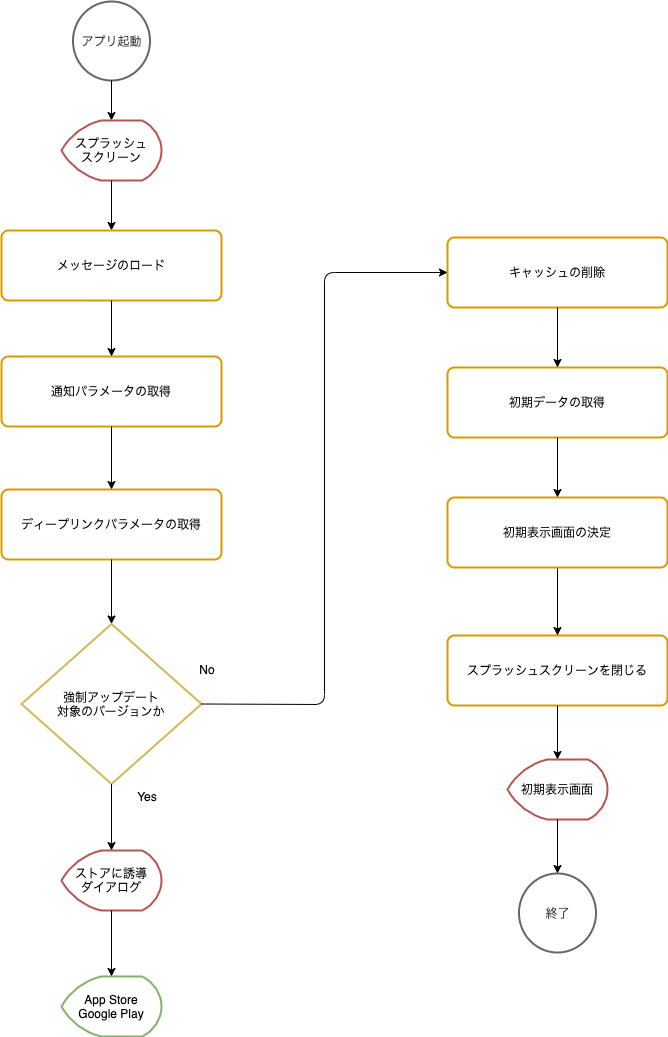
Fintan-contents/mobile-app-crib-notes keeps this draw.io diagram as website/docs/react-native/santoku/application-architecture/life-cycle-management/initialization-flow.drawio.png. Above is the earlier version. Source tidied: cells renumbered, new cells last; positions are measured from the earlier drawing's top-left corner, leaving out a move shared by most shapes.
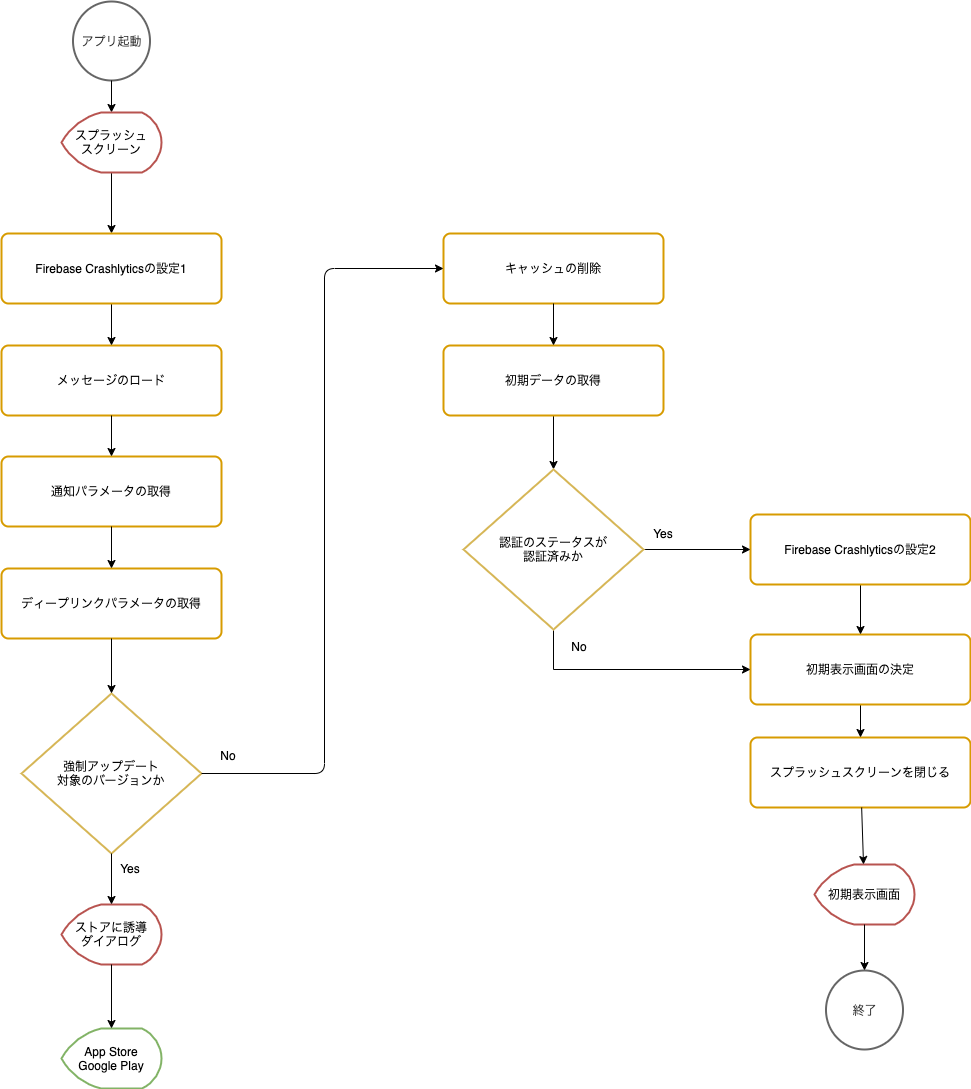
The same file after the commit.

What changed in the source:
```diff
@@ -3,7 +3,7 @@
     <mxCell id="0" />
     <mxCell id="1" parent="0" />
     <mxCell id="2" value="強制アップデート&lt;br&gt;対象のバージョンか" style="strokeWidth=2;html=1;shape=mxgraph.flowchart.decision;whiteSpace=wrap;verticalAlign=middle;strokeColor=#d6b656;" parent="1" vertex="1">
-      <mxGeometry x="20" y="622.5" width="180" height="160" as="geometry" />
+      <mxGeometry x="20" y="692" width="180" height="160" as="geometry" />
     </mxCell>
     <mxCell id="3" value="アプリ起動" style="strokeWidth=2;html=1;shape=mxgraph.flowchart.start_2;whiteSpace=wrap;verticalAlign=middle;strokeColor=#666666;fontColor=#333333;" parent="1" vertex="1">
       <mxGeometry x="71.5" width="77" height="79" as="geometry" />
@@ -12,22 +12,22 @@
       <mxGeometry x="-604" y="21" as="geometry" />
     </mxCell>
     <mxCell id="5" value="App Store&lt;br&gt;Google Play" style="strokeWidth=2;html=1;shape=mxgraph.flowchart.display;whiteSpace=wrap;verticalAlign=middle;strokeColor=#82b366;" parent="1" vertex="1">
-      <mxGeometry x="60" y="975" width="100" height="60" as="geometry" />
+      <mxGeometry x="60" y="1027" width="100" height="60" as="geometry" />
     </mxCell>
     <mxCell id="6" value="Yes" style="text;html=1;strokeColor=none;fillColor=none;align=center;verticalAlign=middle;whiteSpace=wrap;rounded=0;" parent="1" vertex="1">
-      <mxGeometry x="126" y="785" width="40" height="20" as="geometry" />
+      <mxGeometry x="108.5" y="857" width="40" height="20" as="geometry" />
     </mxCell>
     <mxCell id="7" value="No" style="text;html=1;strokeColor=none;fillColor=none;align=center;verticalAlign=middle;whiteSpace=wrap;rounded=0;" parent="1" vertex="1">
-      <mxGeometry x="186" y="658" width="40" height="20" as="geometry" />
+      <mxGeometry x="207" y="744" width="40" height="20" as="geometry" />
     </mxCell>
+    <mxCell id="31" style="edgeStyle=orthogonalEdgeStyle;rounded=0;jettySize=auto;html=1;" parent="1" edge="1" source="8" target="34">
+      <mxGeometry relative="1" as="geometry" />
+    </mxCell>
     <mxCell id="8" value="スプラッシュ&lt;br&gt;スクリーン" style="strokeWidth=2;html=1;shape=mxgraph.flowchart.display;whiteSpace=wrap;verticalAlign=middle;strokeColor=#b85450;" parent="1" vertex="1">
-      <mxGeometry x="60" y="119" width="100" height="60" as="geometry" />
+      <mxGeometry x="60" y="111" width="100" height="60" as="geometry" />
     </mxCell>
-    <mxCell id="9" style="endArrow=classic;html=1;entryX=0.5;entryY=0;entryDx=0;entryDy=0;" parent="1" edge="1" source="8" target="29">
-      <mxGeometry x="-604" y="21" as="geometry" />
-    </mxCell>
     <mxCell id="10" value="ストアに誘導&lt;br&gt;ダイアログ" style="strokeWidth=2;html=1;shape=mxgraph.flowchart.display;whiteSpace=wrap;verticalAlign=middle;strokeColor=#b85450;" parent="1" vertex="1">
-      <mxGeometry x="60" y="849" width="100" height="60" as="geometry" />
+      <mxGeometry x="60" y="903" width="100" height="60" as="geometry" />
     </mxCell>
     <mxCell id="11" style="endArrow=classic;html=1;" parent="1" edge="1" source="10" target="5">
       <mxGeometry x="-806" y="601" as="geometry" />
@@ -35,44 +35,44 @@
     <mxCell id="12" style="endArrow=classic;html=1;" parent="1" edge="1" source="2" target="10">
       <mxGeometry x="-604" y="424.5" as="geometry" />
     </mxCell>
+    <mxCell id="32" style="edgeStyle=orthogonalEdgeStyle;rounded=0;jettySize=auto;html=1;" parent="1" edge="1" source="13" target="39">
+      <mxGeometry relative="1" as="geometry" />
+    </mxCell>
     <mxCell id="13" value="初期データの取得" style="rounded=1;whiteSpace=wrap;html=1;absoluteArcSize=1;arcSize=14;strokeWidth=2;verticalAlign=middle;strokeColor=#d79b00;" parent="1" vertex="1">
-      <mxGeometry x="446" y="366" width="220" height="70" as="geometry" />
+      <mxGeometry x="442" y="344" width="220" height="70" as="geometry" />
     </mxCell>
     <mxCell id="14" value="スプラッシュスクリーンを閉じる" style="rounded=1;whiteSpace=wrap;html=1;absoluteArcSize=1;arcSize=14;strokeWidth=2;verticalAlign=middle;strokeColor=#d79b00;" parent="1" vertex="1">
-      <mxGeometry x="446" y="634" width="220" height="70" as="geometry" />
+      <mxGeometry x="749" y="736" width="220" height="70" as="geometry" />
     </mxCell>
     <mxCell id="15" style="endArrow=classic;html=1;" parent="1" edge="1" source="18" target="14">
-      <mxGeometry x="-158" y="-182" as="geometry" />
+      <mxGeometry x="155" y="-161" as="geometry" />
     </mxCell>
     <mxCell id="16" value="初期表示画面" style="strokeWidth=2;html=1;shape=mxgraph.flowchart.display;whiteSpace=wrap;verticalAlign=middle;strokeColor=#b85450;" parent="1" vertex="1">
-      <mxGeometry x="506" y="758" width="100" height="60" as="geometry" />
+      <mxGeometry x="813" y="863" width="100" height="60" as="geometry" />
     </mxCell>
     <mxCell id="17" style="endArrow=classic;html=1;" parent="1" edge="1" source="14" target="16">
-      <mxGeometry x="-158" y="-182" as="geometry" />
+      <mxGeometry x="155" y="-161" as="geometry" />
     </mxCell>
     <mxCell id="18" value="初期表示画面の決定" style="rounded=1;whiteSpace=wrap;html=1;absoluteArcSize=1;arcSize=14;strokeWidth=2;verticalAlign=middle;strokeColor=#d79b00;" parent="1" vertex="1">
-      <mxGeometry x="446" y="496" width="220" height="70" as="geometry" />
+      <mxGeometry x="749" y="633" width="220" height="70" as="geometry" />
     </mxCell>
-    <mxCell id="19" style="endArrow=classic;html=1;" parent="1" edge="1" source="13" target="18">
-      <mxGeometry x="-158" y="-182" as="geometry" />
-    </mxCell>
     <mxCell id="20" value="終了" style="strokeWidth=2;html=1;shape=mxgraph.flowchart.start_2;whiteSpace=wrap;verticalAlign=middle;strokeColor=#666666;fontColor=#333333;" parent="1" vertex="1">
-      <mxGeometry x="517.5" y="872" width="77" height="79" as="geometry" />
+      <mxGeometry x="824.5" y="969" width="77" height="79" as="geometry" />
     </mxCell>
     <mxCell id="21" style="endArrow=classic;html=1;entryX=0.5;entryY=0;entryDx=0;entryDy=0;entryPerimeter=0;exitX=0.5;exitY=1;exitDx=0;exitDy=0;exitPerimeter=0;" parent="1" edge="1" source="16" target="20">
-      <mxGeometry x="-148" y="-172" as="geometry" />
+      <mxGeometry x="165" y="-151" as="geometry" />
     </mxCell>
     <mxCell id="22" value="キャッシュの削除" style="rounded=1;whiteSpace=wrap;html=1;absoluteArcSize=1;arcSize=14;strokeWidth=2;verticalAlign=middle;strokeColor=#d79b00;" parent="1" vertex="1">
-      <mxGeometry x="446" y="236" width="220" height="70" as="geometry" />
+      <mxGeometry x="442" y="232" width="220" height="70" as="geometry" />
     </mxCell>
     <mxCell id="23" value="通知パラメータの取得" style="rounded=1;whiteSpace=wrap;html=1;absoluteArcSize=1;arcSize=14;strokeWidth=2;verticalAlign=middle;strokeColor=#d79b00;" parent="1" vertex="1">
-      <mxGeometry y="355" width="220" height="70" as="geometry" />
+      <mxGeometry y="455" width="220" height="70" as="geometry" />
     </mxCell>
     <mxCell id="24" value="ディープリンクパラメータの取得" style="rounded=1;whiteSpace=wrap;html=1;absoluteArcSize=1;arcSize=14;strokeWidth=2;verticalAlign=middle;strokeColor=#d79b00;" parent="1" vertex="1">
-      <mxGeometry y="488" width="220" height="70" as="geometry" />
+      <mxGeometry y="567" width="220" height="70" as="geometry" />
     </mxCell>
     <mxCell id="25" style="endArrow=classic;html=1;entryX=0.5;entryY=0;entryDx=0;entryDy=0;exitX=0.5;exitY=1;exitDx=0;exitDy=0;" parent="1" edge="1" source="23" target="24">
-      <mxGeometry x="-594" y="150" as="geometry" />
+      <mxGeometry x="-594" y="173" as="geometry" />
     </mxCell>
     <mxCell id="26" style="endArrow=classic;html=1;entryX=0.5;entryY=0;entryDx=0;entryDy=0;exitX=0.5;exitY=1;exitDx=0;exitDy=0;entryPerimeter=0;" parent="1" edge="1" source="24" target="2">
       <mxGeometry x="-584" y="160" as="geometry" />
@@ -83,16 +83,47 @@
     <mxCell id="28" style="endArrow=classic;html=1;entryX=0;entryY=0.5;entryDx=0;entryDy=0;exitX=1;exitY=0.5;exitDx=0;exitDy=0;exitPerimeter=0;" parent="1" edge="1" source="2" target="22">
       <mxGeometry x="-594" y="315.5" as="geometry">
         <Array as="points">
-          <mxPoint x="323" y="703" />
-          <mxPoint x="323" y="271" />
+          <mxPoint x="323" y="772" />
+          <mxPoint x="323" y="267" />
         </Array>
       </mxGeometry>
     </mxCell>
     <mxCell id="29" value="メッセージのロード" style="rounded=1;whiteSpace=wrap;html=1;absoluteArcSize=1;arcSize=14;strokeWidth=2;verticalAlign=middle;strokeColor=#d79b00;" parent="1" vertex="1">
-      <mxGeometry y="229" width="220" height="70" as="geometry" />
+      <mxGeometry y="344" width="220" height="70" as="geometry" />
     </mxCell>
     <mxCell id="30" style="endArrow=classic;html=1;exitX=0.5;exitY=1;exitDx=0;exitDy=0;" parent="1" edge="1" source="29" target="23">
-      <mxGeometry x="-594" y="31" as="geometry" />
+      <mxGeometry x="-594" y="54" as="geometry" />
     </mxCell>
+    <mxCell id="33" style="edgeStyle=orthogonalEdgeStyle;rounded=0;jettySize=auto;html=1;" parent="1" edge="1" source="34" target="29">
+      <mxGeometry relative="1" as="geometry" />
+    </mxCell>
+    <mxCell id="34" value="Firebase Crashlyticsの設定1" style="rounded=1;whiteSpace=wrap;html=1;absoluteArcSize=1;arcSize=14;strokeWidth=2;verticalAlign=middle;strokeColor=#d79b00;" parent="1" vertex="1">
+      <mxGeometry y="232" width="220" height="70" as="geometry" />
+    </mxCell>
+    <mxCell id="35" style="edgeStyle=orthogonalEdgeStyle;rounded=0;jettySize=auto;html=1;entryX=0.5;entryY=0;entryDx=0;entryDy=0;" parent="1" edge="1" source="36" target="18">
+      <mxGeometry relative="1" as="geometry" />
+    </mxCell>
+    <mxCell id="36" value="&lt;span&gt;Firebase Crashlyticsの設定2&lt;/span&gt;" style="rounded=1;whiteSpace=wrap;html=1;absoluteArcSize=1;arcSize=14;strokeWidth=2;verticalAlign=middle;strokeColor=#d79b00;" parent="1" vertex="1">
+      <mxGeometry x="749" y="513" width="220" height="70" as="geometry" />
+    </mxCell>
+    <mxCell id="37" style="edgeStyle=orthogonalEdgeStyle;rounded=0;jettySize=auto;html=1;" parent="1" edge="1" source="39" target="36">
+      <mxGeometry relative="1" as="geometry" />
+    </mxCell>
+    <mxCell id="38" style="edgeStyle=orthogonalEdgeStyle;rounded=0;jettySize=auto;html=1;startArrow=none;exitX=0.5;exitY=1;exitDx=0;exitDy=0;exitPerimeter=0;" parent="1" edge="1" source="39" target="18">
+      <mxGeometry relative="1" as="geometry">
+        <Array as="points">
+          <mxPoint x="552" y="668" />
+        </Array>
+      </mxGeometry>
+    </mxCell>
+    <mxCell id="39" value="認証のステータスが&lt;br&gt;認証済みか" style="strokeWidth=2;html=1;shape=mxgraph.flowchart.decision;whiteSpace=wrap;verticalAlign=middle;strokeColor=#d6b656;" parent="1" vertex="1">
+      <mxGeometry x="462" y="468" width="180" height="160" as="geometry" />
+    </mxCell>
+    <mxCell id="40" value="No" style="text;html=1;strokeColor=none;fillColor=none;align=center;verticalAlign=middle;whiteSpace=wrap;rounded=0;" parent="1" vertex="1">
+      <mxGeometry x="558" y="635" width="40" height="20" as="geometry" />
+    </mxCell>
+    <mxCell id="41" value="Yes" style="text;html=1;strokeColor=none;fillColor=none;align=center;verticalAlign=middle;whiteSpace=wrap;rounded=0;" parent="1" vertex="1">
+      <mxGeometry x="642" y="522" width="40" height="20" as="geometry" />
+    </mxCell>
   </root>
 </mxGraphModel>
```
